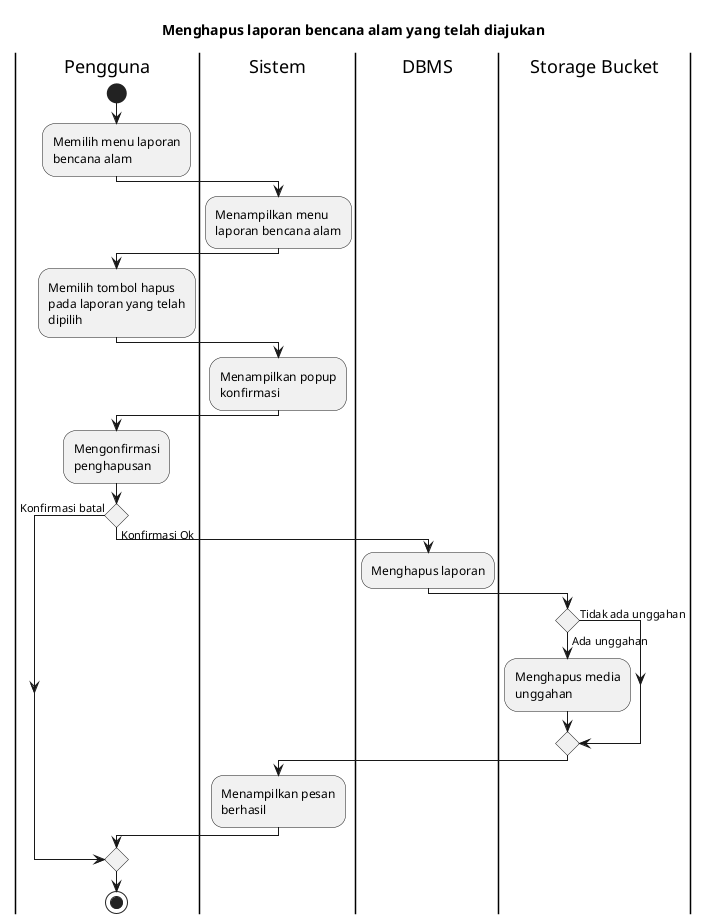
This is export/Activity Diagrams/UC-MAP - Peta Bencana/UC-MAP-019 - Menghapus laporan bencana alam yang telah diajukan.png from bagusNA/appl-diagrams, a PlantUML export, as it was before one commit. Its diagram source:
```plantuml
@startuml
skinparam wrapWidth 140

title Menghapus laporan bencana alam yang telah diajukan

|Pengguna|
start
:Memilih menu laporan bencana alam;

|Sistem|
:Menampilkan menu laporan bencana alam;

|Pengguna|
:Memilih tombol hapus pada laporan yang telah dipilih;

|Sistem|
:Menampilkan popup konfirmasi;

|Pengguna|
:Mengonfirmasi penghapusan;

if () then (Konfirmasi batal)
else (Konfirmasi Ok)
  |DBMS|
  :Menghapus laporan;

  |Storage Bucket|
  if () then (Tidak ada unggahan)
  else (Ada unggahan)
    :Menghapus media unggahan;
  endif

  |Sistem|
  :Menampilkan pesan berhasil;
endif

|Pengguna|
stop
@enduml
```
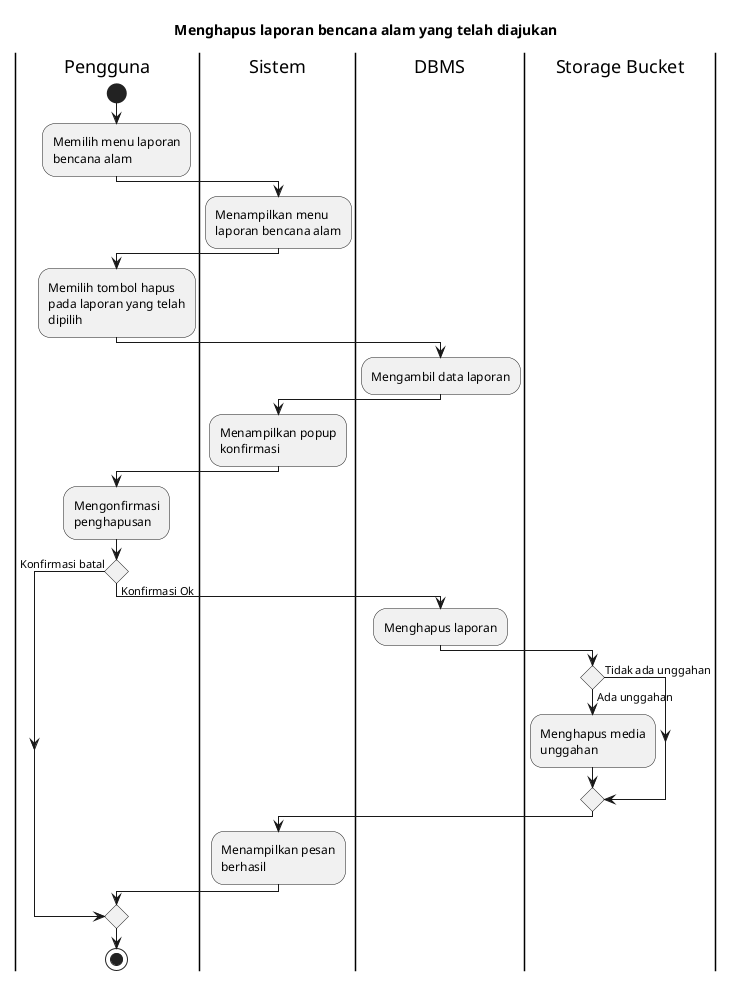
Above is the later version.

Change to the diagram source:
```diff
@@ -12,6 +12,9 @@
 
 |Pengguna|
 :Memilih tombol hapus pada laporan yang telah dipilih;
+
+|DBMS|
+:Mengambil data laporan;
 
 |Sistem|
 :Menampilkan popup konfirmasi;
```
